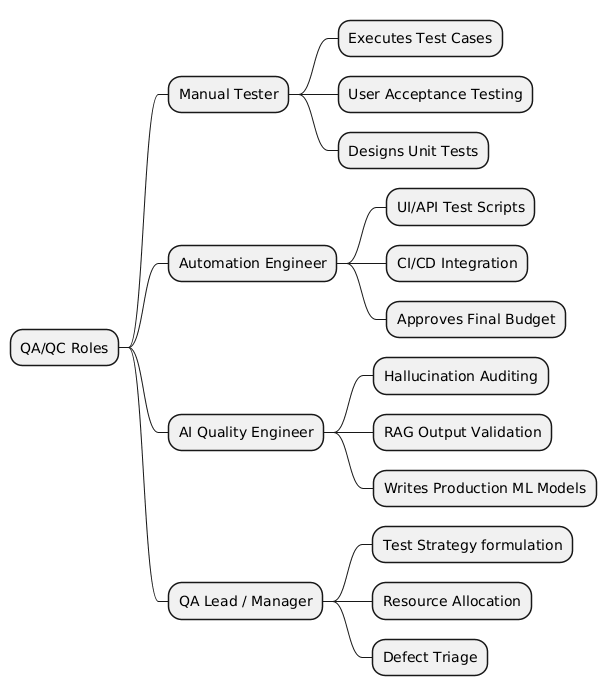
Before: evidence/mindmap.png, a diagram exported from PlantUML (Lime-coder/-CQ23-HK1_26-27-Software-Testing-HW-01). Its diagram source:
```plantuml
@startmindmap
* QA/QC Roles
** Manual Tester
*** Executes Test Cases
*** User Acceptance Testing
*** Designs Unit Tests
** Automation Engineer
*** UI/API Test Scripts
*** CI/CD Integration
*** Approves Final Budget
** AI Quality Engineer
*** Hallucination Auditing
*** RAG Output Validation
*** Writes Production ML Models
** QA Lead / Manager
*** Test Strategy formulation
*** Resource Allocation
*** Defect Triage
@endmindmap
```
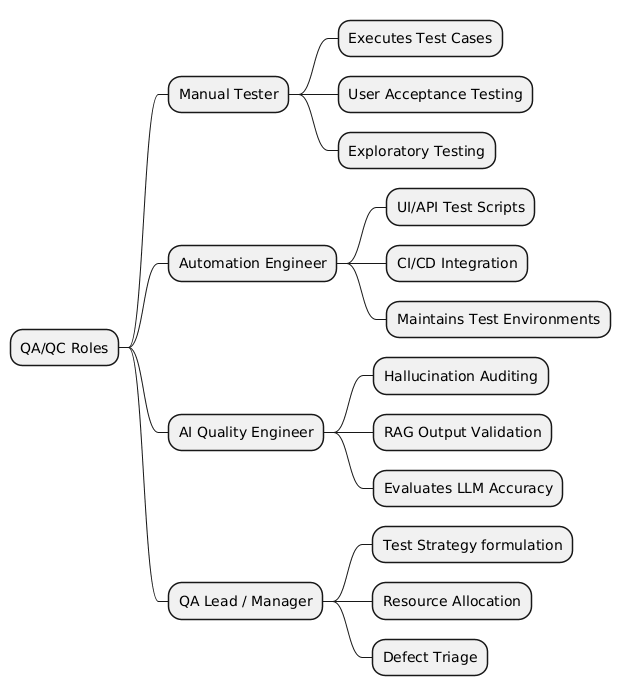
Later version of the same file.

Commit message:
checkpoint(HW01): end QA/QC Mindmap Mistake Fix - corrected 3 roles, updated main_report, and ran ai-logger

Change to the diagram source:
```diff
@@ -3,15 +3,15 @@
 ** Manual Tester
 *** Executes Test Cases
 *** User Acceptance Testing
-*** Designs Unit Tests
+*** Exploratory Testing
 ** Automation Engineer
 *** UI/API Test Scripts
 *** CI/CD Integration
-*** Approves Final Budget
+*** Maintains Test Environments
 ** AI Quality Engineer
 *** Hallucination Auditing
 *** RAG Output Validation
-*** Writes Production ML Models
+*** Evaluates LLM Accuracy
 ** QA Lead / Manager
 *** Test Strategy formulation
 *** Resource Allocation
```
